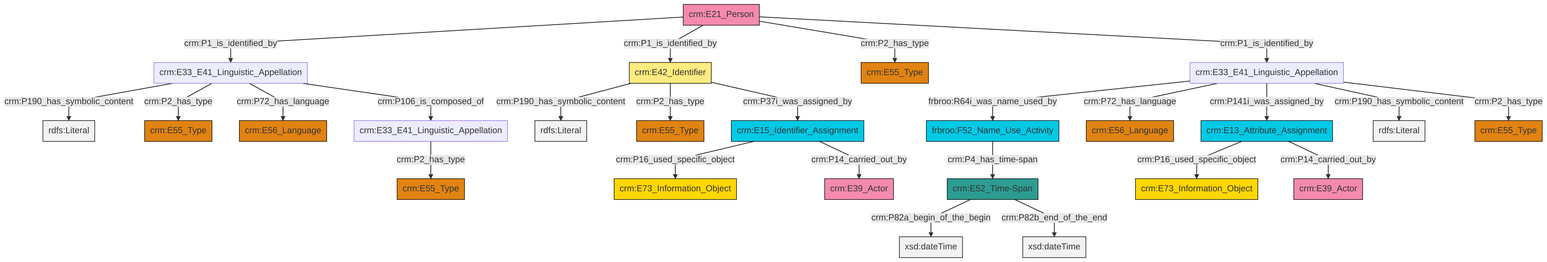
swiss-art-research-net/reference-data-models keeps this Mermaid diagram as et/personCSV/ttl/mmd/png/Person_Names_and_Classification.png. Above is the earlier version. Its source is kept beside it as et/personCSV/ttl/mmd/Person_Names_and_Classification.ttl.mmd.
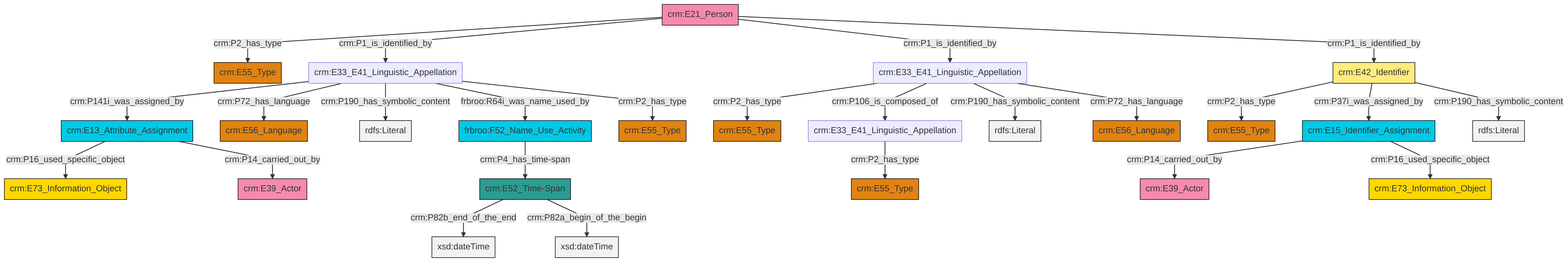
Later version of the same file.

The edit, as a diff of the source:
```diff
@@ -13,27 +13,27 @@
 classDef PC_Classes fill:#4ce600, stroke:#000000;
 classDef Multi fill:#cccccc,stroke:#000000;
 
-2["crm:E21_Person"]:::Actor -->|crm:P1_is_identified_by| 3["crm:E33_E41_Linguistic_Appellation"]:::Default
-4["crm:E13_Attribute_Assignment"]:::Temporal_Entity -->|crm:P16_used_specific_object| 5["crm:E73_Information_Object"]:::Conceptual_Object
-8["crm:E42_Identifier"]:::Appellation -->|crm:P190_has_symbolic_content| 9[rdfs:Literal]:::Literal
-14["crm:E33_E41_Linguistic_Appellation"]:::Default -->|frbroo:R64i_was_name_used_by| 12["frbroo:F52_Name_Use_Activity"]:::Temporal_Entity
-12["frbroo:F52_Name_Use_Activity"]:::Temporal_Entity -->|crm:P4_has_time-span| 16["crm:E52_Time-Span"]:::Time-Span
-3["crm:E33_E41_Linguistic_Appellation"]:::Default -->|crm:P190_has_symbolic_content| 19[rdfs:Literal]:::Literal
-3["crm:E33_E41_Linguistic_Appellation"]:::Default -->|crm:P2_has_type| 10["crm:E55_Type"]:::Type
-16["crm:E52_Time-Span"]:::Time-Span -->|crm:P82a_begin_of_the_begin| 20[xsd:dateTime]:::Literal
-4["crm:E13_Attribute_Assignment"]:::Temporal_Entity -->|crm:P14_carried_out_by| 21["crm:E39_Actor"]:::Actor
-6["crm:E15_Identifier_Assignment"]:::Temporal_Entity -->|crm:P16_used_specific_object| 24["crm:E73_Information_Object"]:::Conceptual_Object
-14["crm:E33_E41_Linguistic_Appellation"]:::Default -->|crm:P72_has_language| 28["crm:E56_Language"]:::Type
-3["crm:E33_E41_Linguistic_Appellation"]:::Default -->|crm:P72_has_language| 34["crm:E56_Language"]:::Type
-6["crm:E15_Identifier_Assignment"]:::Temporal_Entity -->|crm:P14_carried_out_by| 0["crm:E39_Actor"]:::Actor
-16["crm:E52_Time-Span"]:::Time-Span -->|crm:P82b_end_of_the_end| 35[xsd:dateTime]:::Literal
-2["crm:E21_Person"]:::Actor -->|crm:P1_is_identified_by| 8["crm:E42_Identifier"]:::Appellation
-2["crm:E21_Person"]:::Actor -->|crm:P2_has_type| 22["crm:E55_Type"]:::Type
-14["crm:E33_E41_Linguistic_Appellation"]:::Default -->|crm:P141i_was_assigned_by| 4["crm:E13_Attribute_Assignment"]:::Temporal_Entity
-38["crm:E33_E41_Linguistic_Appellation"]:::Default -->|crm:P2_has_type| 26["crm:E55_Type"]:::Type
-8["crm:E42_Identifier"]:::Appellation -->|crm:P2_has_type| 17["crm:E55_Type"]:::Type
-3["crm:E33_E41_Linguistic_Appellation"]:::Default -->|crm:P106_is_composed_of| 38["crm:E33_E41_Linguistic_Appellation"]:::Default
-14["crm:E33_E41_Linguistic_Appellation"]:::Default -->|crm:P190_has_symbolic_content| 43[rdfs:Literal]:::Literal
-14["crm:E33_E41_Linguistic_Appellation"]:::Default -->|crm:P2_has_type| 32["crm:E55_Type"]:::Type
-8["crm:E42_Identifier"]:::Appellation -->|crm:P37i_was_assigned_by| 6["crm:E15_Identifier_Assignment"]:::Temporal_Entity
-2["crm:E21_Person"]:::Actor -->|crm:P1_is_identified_by| 14["crm:E33_E41_Linguistic_Appellation"]:::Default
+0["crm:E33_E41_Linguistic_Appellation"]:::Default -->|crm:P141i_was_assigned_by| 1["crm:E13_Attribute_Assignment"]:::Temporal_Entity
+0["crm:E33_E41_Linguistic_Appellation"]:::Default -->|crm:P72_has_language| 2["crm:E56_Language"]:::Type
+9["crm:E33_E41_Linguistic_Appellation"]:::Default -->|crm:P2_has_type| 10["crm:E55_Type"]:::Type
+11["crm:E33_E41_Linguistic_Appellation"]:::Default -->|crm:P2_has_type| 5["crm:E55_Type"]:::Type
+11["crm:E33_E41_Linguistic_Appellation"]:::Default -->|crm:P106_is_composed_of| 9["crm:E33_E41_Linguistic_Appellation"]:::Default
+16["frbroo:F52_Name_Use_Activity"]:::Temporal_Entity -->|crm:P4_has_time-span| 14["crm:E52_Time-Span"]:::Time-Span
+0["crm:E33_E41_Linguistic_Appellation"]:::Default -->|crm:P190_has_symbolic_content| 17[rdfs:Literal]:::Literal
+18["crm:E42_Identifier"]:::Appellation -->|crm:P2_has_type| 19["crm:E55_Type"]:::Type
+18["crm:E42_Identifier"]:::Appellation -->|crm:P37i_was_assigned_by| 22["crm:E15_Identifier_Assignment"]:::Temporal_Entity
+23["crm:E21_Person"]:::Actor -->|crm:P2_has_type| 24["crm:E55_Type"]:::Type
+14["crm:E52_Time-Span"]:::Time-Span -->|crm:P82b_end_of_the_end| 25[xsd:dateTime]:::Literal
+0["crm:E33_E41_Linguistic_Appellation"]:::Default -->|frbroo:R64i_was_name_used_by| 16["frbroo:F52_Name_Use_Activity"]:::Temporal_Entity
+11["crm:E33_E41_Linguistic_Appellation"]:::Default -->|crm:P190_has_symbolic_content| 27[rdfs:Literal]:::Literal
+23["crm:E21_Person"]:::Actor -->|crm:P1_is_identified_by| 0["crm:E33_E41_Linguistic_Appellation"]:::Default
+0["crm:E33_E41_Linguistic_Appellation"]:::Default -->|crm:P2_has_type| 33["crm:E55_Type"]:::Type
+22["crm:E15_Identifier_Assignment"]:::Temporal_Entity -->|crm:P14_carried_out_by| 20["crm:E39_Actor"]:::Actor
+23["crm:E21_Person"]:::Actor -->|crm:P1_is_identified_by| 11["crm:E33_E41_Linguistic_Appellation"]:::Default
+14["crm:E52_Time-Span"]:::Time-Span -->|crm:P82a_begin_of_the_begin| 39[xsd:dateTime]:::Literal
+22["crm:E15_Identifier_Assignment"]:::Temporal_Entity -->|crm:P16_used_specific_object| 7["crm:E73_Information_Object"]:::Conceptual_Object
+1["crm:E13_Attribute_Assignment"]:::Temporal_Entity -->|crm:P16_used_specific_object| 12["crm:E73_Information_Object"]:::Conceptual_Object
+23["crm:E21_Person"]:::Actor -->|crm:P1_is_identified_by| 18["crm:E42_Identifier"]:::Appellation
+18["crm:E42_Identifier"]:::Appellation -->|crm:P190_has_symbolic_content| 43[rdfs:Literal]:::Literal
+11["crm:E33_E41_Linguistic_Appellation"]:::Default -->|crm:P72_has_language| 3["crm:E56_Language"]:::Type
+1["crm:E13_Attribute_Assignment"]:::Temporal_Entity -->|crm:P14_carried_out_by| 44["crm:E39_Actor"]:::Actor
```
